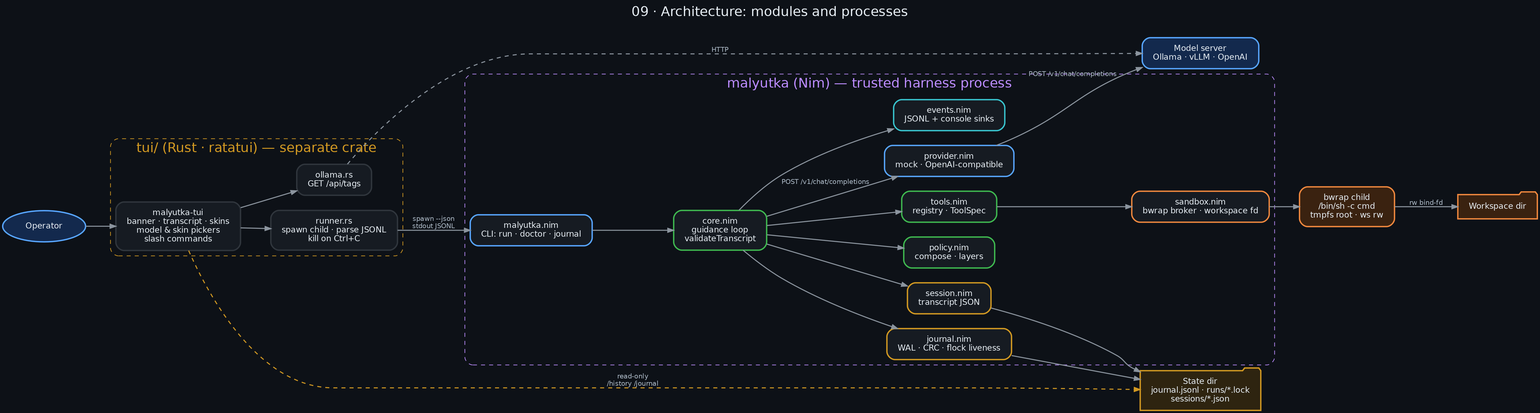
The Graphviz diagram docs/diagrams/09_architecture.png in danindiana/malyutka, before a commit. Its source is kept beside it as docs/diagrams/09_architecture.dot.
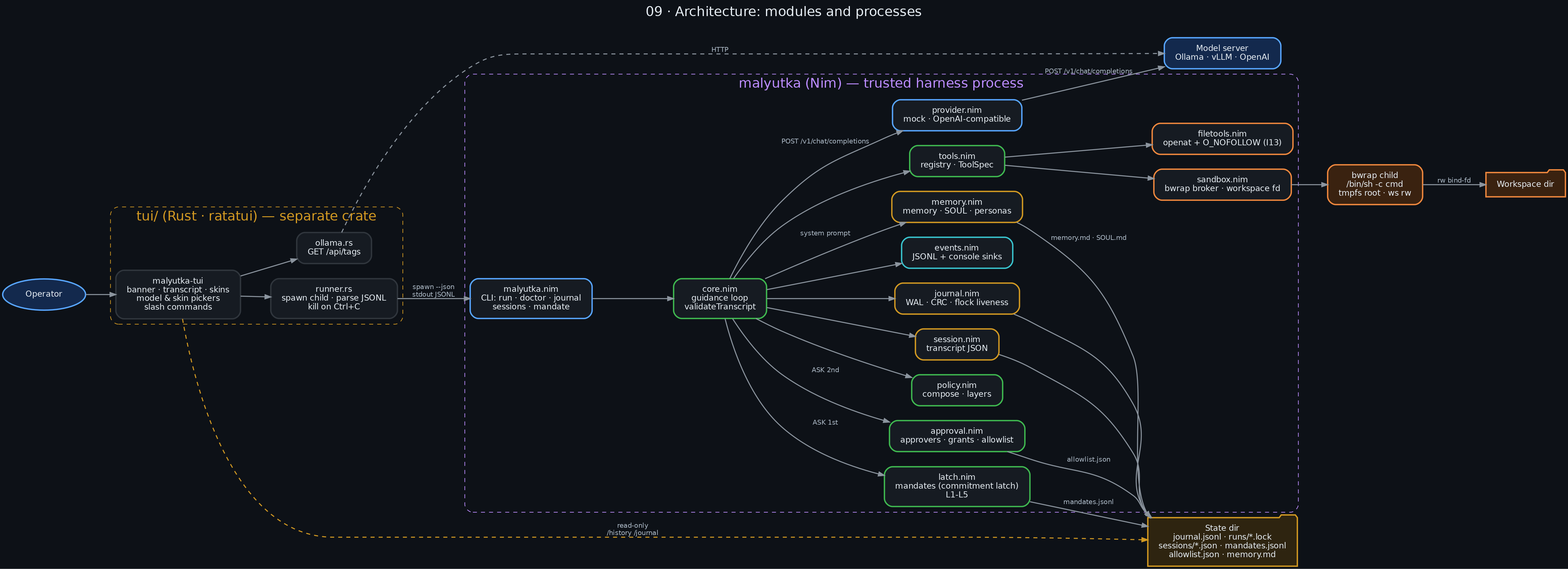
The same file after the commit.

Diff of the diagram source:
```diff
@@ -13,7 +13,7 @@
     }
     subgraph cluster_h {
         label="malyutka (Nim) — trusted harness process"; fontcolor="#bc8cff"; color="#bc8cff"; style="rounded,dashed";
-        cli [label="malyutka.nim\nCLI: run · doctor · journal", color="#58a6ff"];
+        cli [label="malyutka.nim\nCLI: run · doctor · journal\nsessions · mandate", color="#58a6ff"];
         core [label="core.nim\nguidance loop\nvalidateTranscript", color="#3fb950"];
         provider [label="provider.nim\nmock · OpenAI-compatible", color="#58a6ff"];
         tools [label="tools.nim\nregistry · ToolSpec", color="#3fb950"];
@@ -22,17 +22,24 @@
         session [label="session.nim\ntranscript JSON", color="#d29922"];
         events [label="events.nim\nJSONL + console sinks", color="#39c5cf"];
         sandbox [label="sandbox.nim\nbwrap broker · workspace fd", color="#f0883e"];
+        approval [label="approval.nim\napprovers · grants · allowlist", color="#3fb950"];
+        latch [label="latch.nim\nmandates (commitment latch)\nL1-L5", color="#3fb950"];
+        filetools [label="filetools.nim\nopenat + O_NOFOLLOW (I13)", color="#f0883e"];
+        memory [label="memory.nim\nmemory · SOUL · personas", color="#d29922"];
     }
     bwrap [label="bwrap child\n/bin/sh -c cmd\ntmpfs root · ws rw", color="#f0883e", fillcolor="#3a2210"];
     model [label="Model server\nOllama · vLLM · OpenAI", color="#58a6ff", fillcolor="#13294d"];
-    state [label="State dir\njournal.jsonl · runs/*.lock\nsessions/*.json", shape=folder, color="#d29922", fillcolor="#2e2410"];
+    state [label="State dir\njournal.jsonl · runs/*.lock\nsessions/*.json · mandates.jsonl\nallowlist.json · memory.md", shape=folder, color="#d29922", fillcolor="#2e2410"];
     ws [label="Workspace dir", shape=folder, color="#f0883e", fillcolor="#3a2210"];
 
     user -> tui; tui -> runner; tui -> ollama_c; ollama_c -> model [label="HTTP", style=dashed];
     runner -> cli [label="spawn --json\nstdout JSONL"];
     cli -> core; core -> provider -> model [label="POST /v1/chat/completions"];
     core -> tools; core -> policy; core -> journal; core -> session; core -> events;
+    core -> latch [label="ASK 1st"]; core -> approval [label="ASK 2nd"]; core -> memory [label="system prompt"];
+    tools -> filetools;
     tools -> sandbox -> bwrap; bwrap -> ws [label="rw bind-fd"];
     journal -> state; session -> state;
+    latch -> state [label="mandates.jsonl"]; approval -> state [label="allowlist.json"]; memory -> state [label="memory.md · SOUL.md"];
     tui -> state [label="read-only\n/history /journal", style=dashed, color="#d29922"];
 }
```
